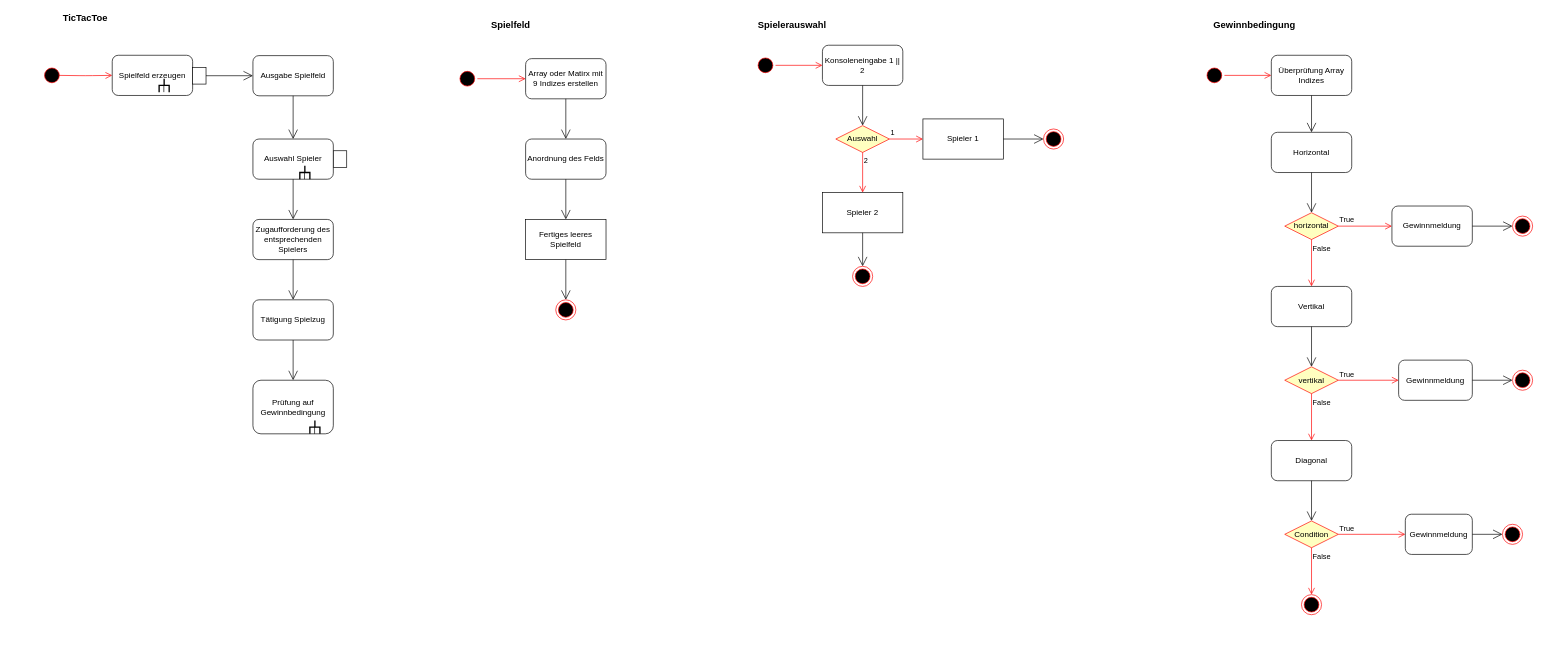
Before: Untitled Diagram.drawio in FelixSD/TicTacToeUML, a draw.io diagram. Source tidied: cells renumbered, new cells numbered last; positions are measured from the earlier drawing's top-left corner, leaving out a move shared by most shapes. Both pictures are drawn from the tidied source at 67%, with x=0, y=0 at pixel (42, 11).
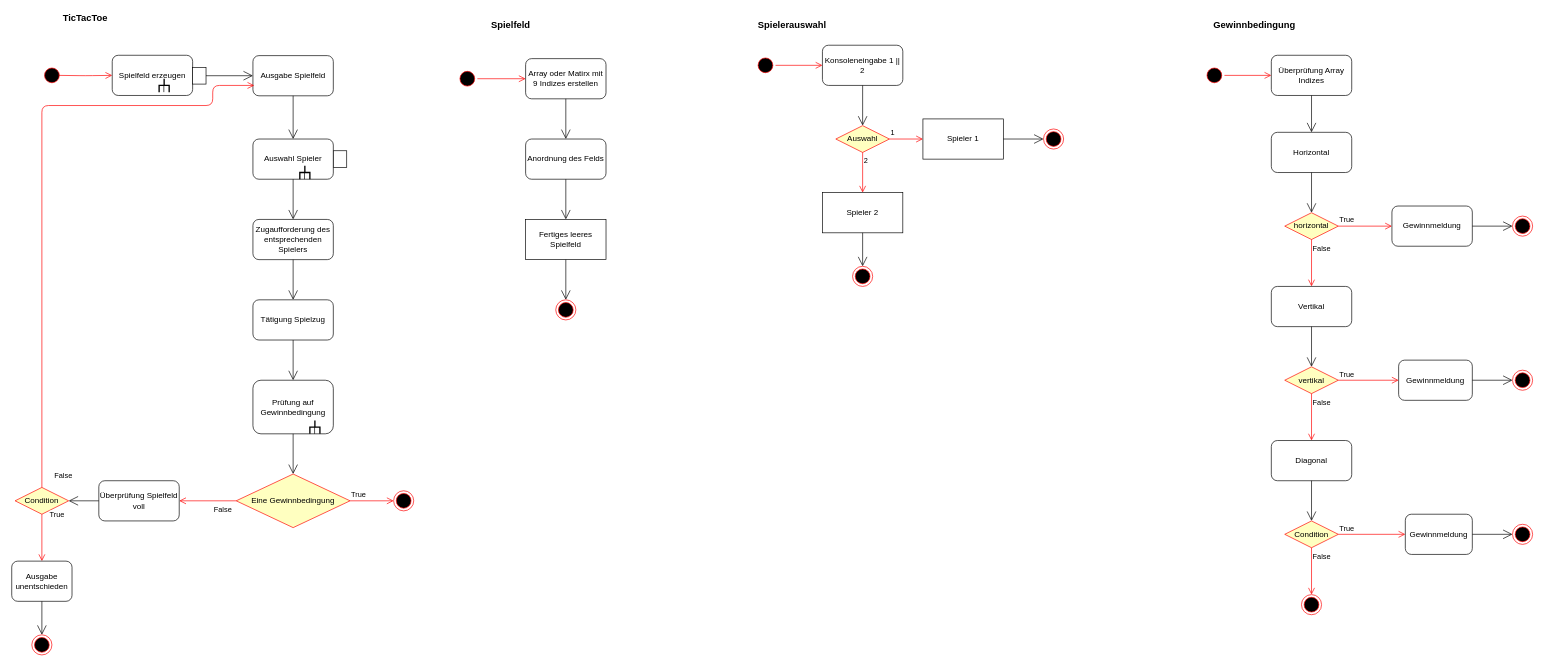
After the change.

Unchanged cells that the change refers to:
```xml
<mxCell id="44" value="Prüfung auf Gewinnbedingung" style="rounded=1;whiteSpace=wrap;html=1;" parent="1" vertex="1">
  <mxGeometry x="315" y="550" width="120" height="80" as="geometry" />
</mxCell>
<mxCell id="58" value="Gewinnmeldung" style="rounded=1;whiteSpace=wrap;html=1;" parent="1" vertex="1">
  <mxGeometry x="2015" y="290" width="120" height="60" as="geometry" />
</mxCell>
<mxCell id="59" style="ellipse;html=1;shape=endState;fillColor=#000000;strokeColor=#ff0000;" parent="1" vertex="1">
  <mxGeometry x="2195" y="305" width="30" height="30" as="geometry" />
</mxCell>
```

What changed in the source:
```diff
@@
-    <mxCell id="60" style="endArrow=open;endFill=1;endSize=12;html=1;entryX=0;entryY=0.5;entryDx=0;entryDy=0;" parent="1" edge="1" target="59">
-      <mxGeometry relative="1" as="geometry">
-        <mxPoint x="2135" y="320" as="sourcePoint" />
-      </mxGeometry>
+    <mxCell id="60" style="endArrow=open;endFill=1;endSize=12;html=1;entryX=0;entryY=0.5;entryDx=0;entryDy=0;" parent="1" edge="1" source="58" target="59">
+      <mxGeometry relative="1" as="geometry" />
     </mxCell>
@@
     <mxCell id="76" style="ellipse;html=1;shape=endState;fillColor=#000000;strokeColor=#ff0000;" parent="1" vertex="1">
-      <mxGeometry x="2180" y="765" width="30" height="30" as="geometry" />
+      <mxGeometry x="2195" y="765" width="30" height="30" as="geometry" />
     </mxCell>
@@
+    <mxCell id="78" style="endArrow=open;endFill=1;endSize=12;html=1;exitX=0.5;exitY=1;exitDx=0;exitDy=0;entryX=0.5;entryY=0;entryDx=0;entryDy=0;" parent="1" edge="1" source="44" target="79">
+      <mxGeometry relative="1" as="geometry" />
+    </mxCell>
+    <mxCell id="79" value="Eine Gewinnbedingung" style="rhombus;whiteSpace=wrap;html=1;fillColor=#ffffc0;strokeColor=#ff0000;" parent="1" vertex="1">
+      <mxGeometry x="290" y="690" width="170" height="80" as="geometry" />
+    </mxCell>
+    <mxCell id="80" value="True" style="edgeStyle=orthogonalEdgeStyle;html=1;align=left;verticalAlign=bottom;endArrow=open;endSize=8;strokeColor=#ff0000;entryX=0;entryY=0.5;entryDx=0;entryDy=0;" parent="1" edge="1" source="79" target="82">
+      <mxGeometry x="-1" relative="1" as="geometry" />
+    </mxCell>
+    <mxCell id="81" value="&lt;div&gt;False&lt;/div&gt;&lt;div&gt;&lt;br&gt;&lt;/div&gt;" style="edgeStyle=orthogonalEdgeStyle;html=1;align=left;verticalAlign=top;endArrow=open;endSize=8;strokeColor=#ff0000;entryX=1;entryY=0.5;entryDx=0;entryDy=0;" parent="1" edge="1" source="79" target="83">
+      <mxGeometry x="-0.18" relative="1" as="geometry" />
+    </mxCell>
+    <mxCell id="82" style="ellipse;html=1;shape=endState;fillColor=#000000;strokeColor=#ff0000;" parent="1" vertex="1">
+      <mxGeometry x="525" y="715" width="30" height="30" as="geometry" />
+    </mxCell>
+    <mxCell id="83" value="Überprüfung Spielfeld voll" style="rounded=1;whiteSpace=wrap;html=1;" parent="1" vertex="1">
+      <mxGeometry x="85" y="700" width="120" height="60" as="geometry" />
+    </mxCell>
+    <mxCell id="84" value="Condition" style="rhombus;whiteSpace=wrap;html=1;fillColor=#ffffc0;strokeColor=#ff0000;" parent="1" vertex="1">
+      <mxGeometry x="-40" y="710" width="80" height="40" as="geometry" />
+    </mxCell>
+    <mxCell id="85" value="True" style="edgeStyle=orthogonalEdgeStyle;html=1;align=left;verticalAlign=bottom;endArrow=open;endSize=8;strokeColor=#ff0000;entryX=0.5;entryY=0;entryDx=0;entryDy=0;" parent="1" edge="1" source="84" target="88">
+      <mxGeometry x="-0.71" y="10" relative="1" as="geometry" />
+    </mxCell>
+    <mxCell id="86" value="False" style="edgeStyle=orthogonalEdgeStyle;html=1;align=left;verticalAlign=top;endArrow=open;endSize=8;strokeColor=#ff0000;" parent="1" edge="1" source="84">
+      <mxGeometry x="0.28" y="-540" relative="1" as="geometry">
+        <mxPoint x="317" y="110" as="targetPoint" />
+        <Array as="points">
+          <mxPoint y="140" />
+          <mxPoint x="255" y="140" />
+          <mxPoint x="255" y="110" />
+        </Array>
+      </mxGeometry>
+    </mxCell>
+    <mxCell id="87" style="endArrow=open;endFill=1;endSize=12;html=1;exitX=0;exitY=0.5;exitDx=0;exitDy=0;entryX=1;entryY=0.5;entryDx=0;entryDy=0;" parent="1" edge="1" source="83" target="84">
+      <mxGeometry relative="1" as="geometry" />
+    </mxCell>
+    <mxCell id="88" value="Ausgabe unentschieden" style="rounded=1;whiteSpace=wrap;html=1;" parent="1" vertex="1">
+      <mxGeometry x="-45" y="820" width="90" height="60" as="geometry" />
+    </mxCell>
+    <mxCell id="89" style="ellipse;html=1;shape=endState;fillColor=#000000;strokeColor=#ff0000;" parent="1" vertex="1">
+      <mxGeometry x="-15" y="930" width="30" height="30" as="geometry" />
+    </mxCell>
+    <mxCell id="90" style="endArrow=open;endFill=1;endSize=12;html=1;exitX=0.5;exitY=1;exitDx=0;exitDy=0;entryX=0.5;entryY=0;entryDx=0;entryDy=0;" parent="1" edge="1" source="88" target="89">
+      <mxGeometry relative="1" as="geometry" />
+    </mxCell>
```
